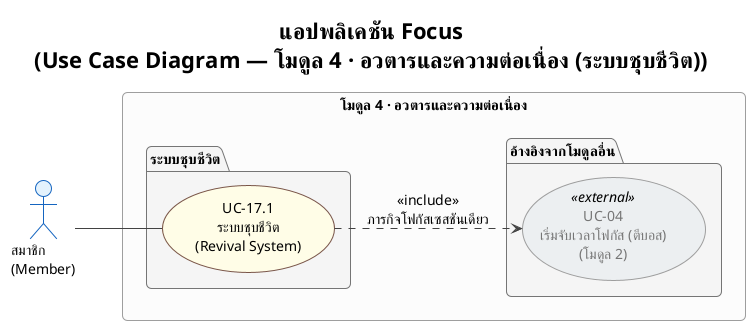
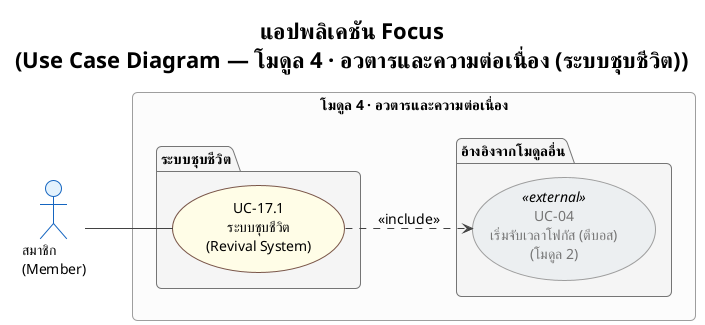
' โมดูล 4: อวตารและความต่อเนื่อง (เหลือ UC-17.1 เท่านั้น)
' UC-14 (เลเวลอัพ), UC-15 (HP Decay), UC-16 (Streak), UC-17 (หมดสติ)
' ถูกยุบรวมเป็น business rules ของ UC-04 (โมดูล 2) แล้ว — ดู usecase_description.md
' UC-17.1 เป็น use case เดียวในโมดูลนี้ที่ actor ริเริ่มเองจริง (ทำภารกิจชุบชีวิต)
@startuml usecase_module4
!theme plain
skinparam defaultFontName TH Sarabun New
skinparam defaultFontSize 14
skinparam roundcorner 10

skinparam usecase {
  BackgroundColor #FFFDE7
  BorderColor #795548
}
skinparam usecase<<external>> {
  BackgroundColor #ECEFF1
  BorderColor #9E9E9E
  FontColor #757575
}
skinparam actor {
  BackgroundColor #E3F2FD
  BorderColor #1565C0
}
skinparam package {
  BackgroundColor #F5F5F5
  BorderColor #757575
  FontStyle bold
}
skinparam rectangle {
  BackgroundColor #FCFCFC
  BorderColor #9E9E9E
}
skinparam ArrowColor #424242

title <b>แอปพลิเคชัน Focus</b>\n(Use Case Diagram — โมดูล 4 · อวตารและความต่อเนื่อง (ระบบชุบชีวิต))

left to right direction

actor "สมาชิก\n(Member)" as Member

rectangle "โมดูล 4 · อวตารและความต่อเนื่อง" {
  package "ระบบชุบชีวิต" {
    usecase "UC-17.1\nระบบชุบชีวิต\n(Revival System)" as UC171
  }

  package "อ้างอิงจากโมดูลอื่น" {
    usecase "UC-04\nเริ่มจับเวลาโฟกัส (ตีบอส)\n(โมดูล 2)" as UC04 <<external>>
  }
}

Member -- UC171

- UC171 ..> UC04 : <<include>>\nภารกิจโฟกัสเซสชันเดียว
+ UC171 ..> UC04 : <<include>>

@enduml
